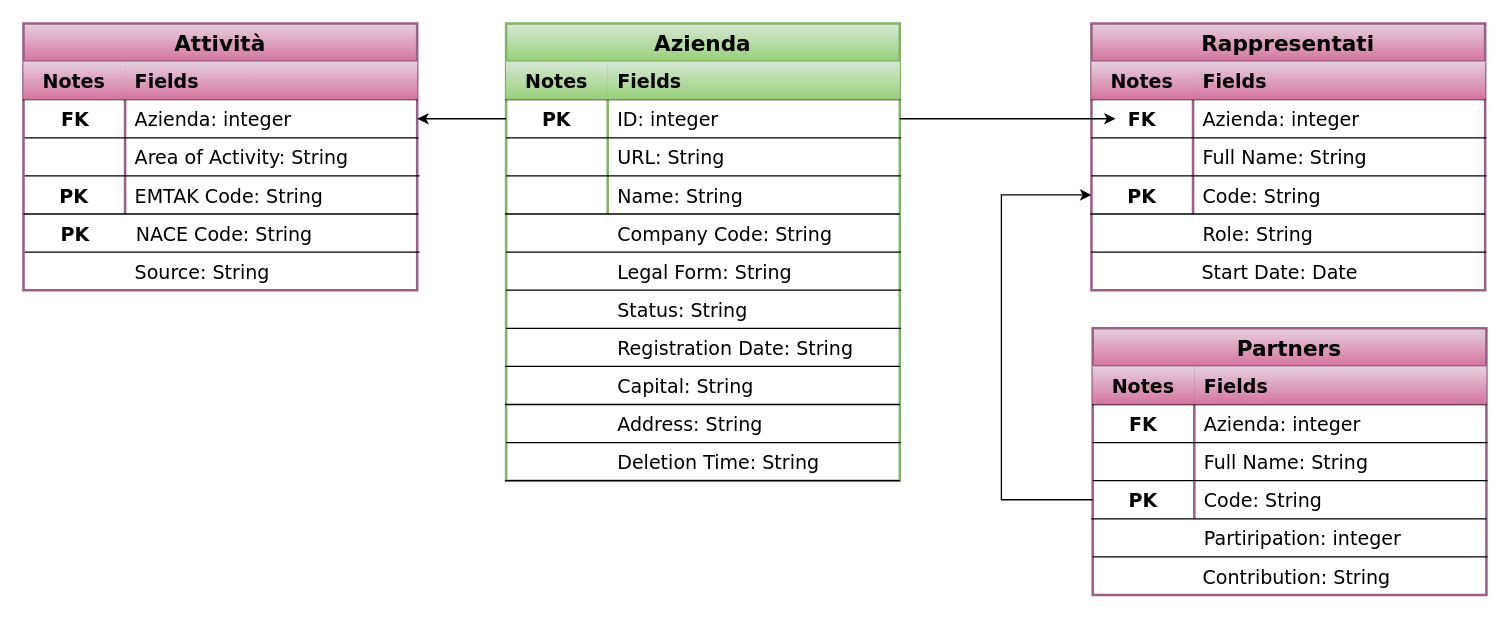
Before: Modelli di dati/e-business-schema.drawio in piebaroni/Web-Scraping-homework5, a draw.io diagram. Source tidied: cells renumbered, new cells numbered last; positions are measured from the earlier drawing's top-left corner, leaving out a move shared by most shapes. Both pictures are drawn from the tidied source at 127%, with x=0, y=0 at pixel (23, 23).
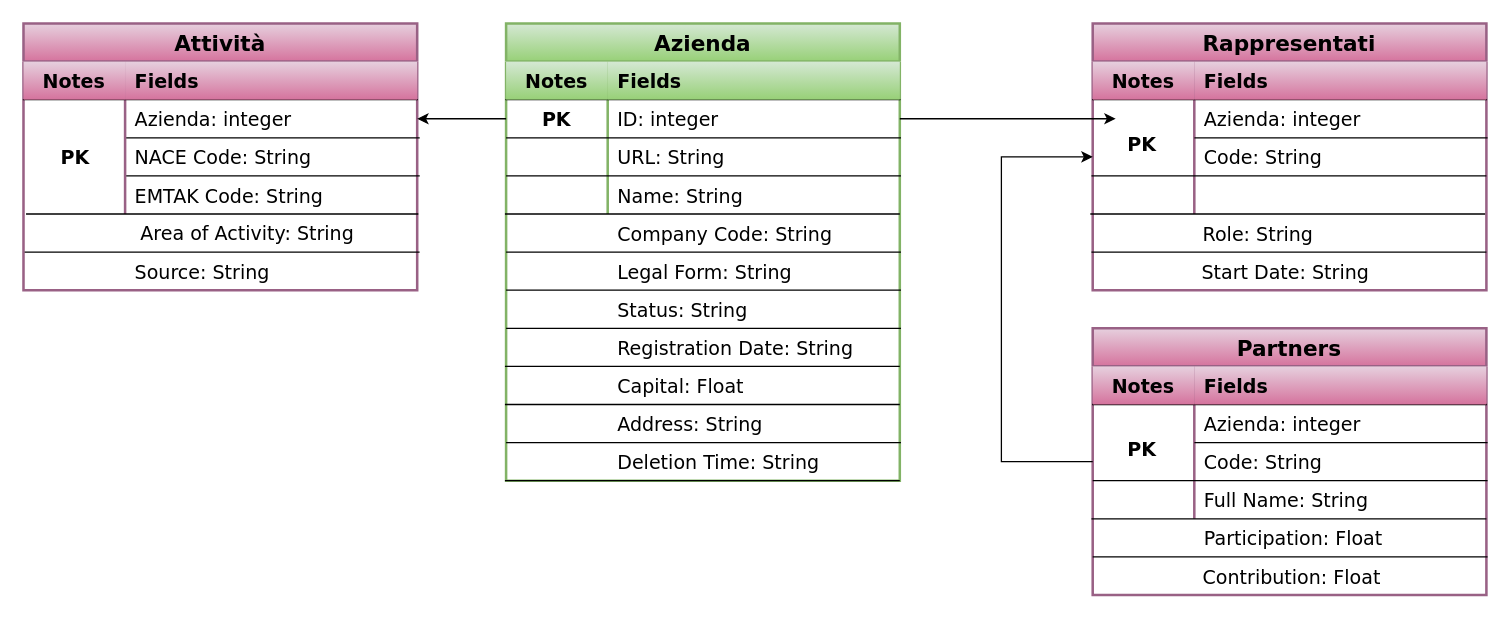
The same diagram, later.

The change refers to these unchanged cells:
```xml
<mxCell id="6" style="shape=partialRectangle;fillColor=none;top=0;left=0;bottom=0;right=0;points=[[0,0.5],[1,0.5]];portConstraint=eastwest;fontSize=15;fontFamily=Verdana;" parent="2" vertex="1">
  <mxGeometry y="60" width="310" height="30" as="geometry" />
</mxCell>
<mxCell id="47" style="shape=partialRectangle;fillColor=none;top=0;left=0;bottom=0;right=0;points=[[0,0.5],[1,0.5]];portConstraint=eastwest;fontSize=15;fontFamily=Verdana;" parent="43" vertex="1">
  <mxGeometry y="60" width="310" height="30" as="geometry" />
</mxCell>
<mxCell id="65" style="shape=partialRectangle;fillColor=none;top=0;left=0;bottom=0;right=0;fontSize=15;fontFamily=Verdana;" parent="1" vertex="1">
  <mxGeometry x="840" y="180" width="310" height="30" as="geometry" />
</mxCell>
<mxCell id="72" style="shape=partialRectangle;fillColor=none;top=0;left=0;bottom=0;right=0;points=[[0,0.5],[1,0.5]];portConstraint=eastwest;fontSize=15;fontFamily=Verdana;" parent="68" vertex="1">
  <mxGeometry y="60" width="310" height="30" as="geometry" />
</mxCell>
<mxCell id="75" style="shape=partialRectangle;fillColor=none;top=0;left=0;bottom=0;right=0;fontSize=15;fontFamily=Verdana;" parent="68" vertex="1">
  <mxGeometry y="90" width="310" height="30" as="geometry" />
</mxCell>
<mxCell id="78" style="shape=partialRectangle;fillColor=none;top=0;left=0;bottom=0;right=0;fontSize=15;fontFamily=Verdana;" parent="68" vertex="1">
  <mxGeometry y="120" width="310" height="30" as="geometry" />
</mxCell>
<mxCell id="81" style="shape=partialRectangle;fillColor=none;top=0;left=0;bottom=0;right=0;fontSize=15;fontFamily=Verdana;" parent="1" vertex="1">
  <mxGeometry x="0.9" y="150" width="310" height="30" as="geometry" />
</mxCell>
<mxCell id="93" value="Partners" style="shape=table;startSize=30;childLayout=tableLayout;rowLines=0;fontStyle=1;align=center;fontSize=17;strokeWidth=2;fillColor=#e6d0de;strokeColor=#996185;fontFamily=Verdana;gradientColor=#d5739d;" parent="1" vertex="1">
  <mxGeometry x="841.9" y="240" width="310" height="210" as="geometry" />
</mxCell>
<mxCell id="97" style="shape=partialRectangle;fillColor=none;top=0;left=0;bottom=0;right=0;points=[[0,0.5],[1,0.5]];portConstraint=eastwest;fontSize=15;fontFamily=Verdana;" parent="93" vertex="1">
  <mxGeometry y="60" width="310" height="30" as="geometry" />
</mxCell>
<mxCell id="106" style="shape=partialRectangle;fillColor=none;top=0;left=0;bottom=0;right=0;fontSize=15;fontFamily=Verdana;" parent="1" vertex="1">
  <mxGeometry x="841.9" y="390" width="310" height="30" as="geometry" />
</mxCell>
<mxCell id="114" style="shape=partialRectangle;fillColor=none;top=0;left=0;bottom=0;right=0;fontSize=15;fontFamily=Verdana;" parent="1" vertex="1">
  <mxGeometry x="840.9" y="420" width="310" height="30" as="geometry" />
</mxCell>
```

Diff of the diagram source:
```diff
@@
-    <mxCell id="30" value="Capital: String" style="shape=partialRectangle;fillColor=none;top=0;left=0;bottom=0;right=0;align=left;spacingLeft=6;overflow=hidden;fontSize=15;fontFamily=Verdana;" parent="1" vertex="1">
+    <mxCell id="30" value="Capital: Float" style="shape=partialRectangle;fillColor=none;top=0;left=0;bottom=0;right=0;align=left;spacingLeft=6;overflow=hidden;fontSize=15;fontFamily=Verdana;" parent="1" vertex="1">
       <mxGeometry x="460" y="270" width="230" height="30" as="geometry" />
     </mxCell>
@@
     <mxCell id="43" value="Rappresentati" style="shape=table;startSize=30;childLayout=tableLayout;rowLines=0;fontStyle=1;align=center;fontSize=17;strokeWidth=2;fillColor=#e6d0de;strokeColor=#996185;fontFamily=Verdana;gradientColor=#d5739d;" parent="1" vertex="1">
-      <mxGeometry x="840.9" width="310" height="210" as="geometry" />
+      <mxGeometry x="841.9" width="310" height="210" as="geometry" />
     </mxCell>
@@
+    <mxCell id="53" style="shape=partialRectangle;fillColor=none;top=0;left=0;bottom=0;right=0;points=[[0,0.5],[1,0.5]];portConstraint=eastwest;fontSize=15;fontFamily=Verdana;" parent="43" vertex="1">
+      <mxGeometry y="90" width="310" height="30" as="geometry" />
+    </mxCell>
+    <mxCell id="54" style="shape=partialRectangle;fillColor=none;top=0;left=0;bottom=0;right=0;overflow=hidden;fontSize=15;fontFamily=Verdana;fontStyle=1;" parent="53" vertex="1">
+      <mxGeometry width="80" height="30" as="geometry" />
+    </mxCell>
+    <mxCell id="55" value="Code: String" style="shape=partialRectangle;fillColor=none;top=0;left=0;bottom=0;right=0;align=left;spacingLeft=6;overflow=hidden;fontSize=15;fontFamily=Verdana;" parent="53" vertex="1">
+      <mxGeometry x="80" width="230" height="30" as="geometry" />
+    </mxCell>
     <mxCell id="50" style="shape=partialRectangle;fillColor=none;top=0;left=0;bottom=0;right=0;fontSize=15;fontFamily=Verdana;" parent="43" vertex="1">
-      <mxGeometry y="90" width="310" height="30" as="geometry" />
+      <mxGeometry y="120" width="310" height="30" as="geometry" />
     </mxCell>
@@
-    <mxCell id="52" value="Full Name: String" style="shape=partialRectangle;fillColor=none;top=0;left=0;bottom=0;right=0;align=left;spacingLeft=6;overflow=hidden;fontSize=15;perimeterSpacing=0;strokeColor=#000000;fontFamily=Verdana;" parent="50" vertex="1">
+    <mxCell id="52" style="shape=partialRectangle;fillColor=none;top=0;left=0;bottom=0;right=0;align=left;spacingLeft=6;overflow=hidden;fontSize=15;perimeterSpacing=0;strokeColor=#000000;fontFamily=Verdana;" parent="50" vertex="1">
       <mxGeometry x="80" width="230" height="30" as="geometry" />
     </mxCell>
-    <mxCell id="53" style="shape=partialRectangle;fillColor=none;top=0;left=0;bottom=0;right=0;points=[[0,0.5],[1,0.5]];portConstraint=eastwest;fontSize=15;fontFamily=Verdana;" parent="43" vertex="1">
-      <mxGeometry y="120" width="310" height="30" as="geometry" />
-    </mxCell>
-    <mxCell id="54" value="PK" style="shape=partialRectangle;fillColor=none;top=0;left=0;bottom=0;right=0;overflow=hidden;fontSize=15;fontFamily=Verdana;fontStyle=1;" parent="53" vertex="1">
-      <mxGeometry width="80" height="30" as="geometry" />
-    </mxCell>
-    <mxCell id="55" value="Code: String" style="shape=partialRectangle;fillColor=none;top=0;left=0;bottom=0;right=0;align=left;spacingLeft=6;overflow=hidden;fontSize=15;fontFamily=Verdana;" parent="53" vertex="1">
-      <mxGeometry x="80" width="230" height="30" as="geometry" />
-    </mxCell>
@@
-    <mxCell id="59" value="FK" style="text;html=1;strokeColor=none;fillColor=none;align=center;verticalAlign=middle;whiteSpace=wrap;rounded=0;fontSize=15;fontStyle=1;fontFamily=Verdana;" parent="1" vertex="1">
-      <mxGeometry x="840.9" y="60" width="80" height="30" as="geometry" />
-    </mxCell>
-    <mxCell id="60" style="endArrow=none;html=1;rounded=0;fontSize=15;entryX=1.003;entryY=1;entryDx=0;entryDy=0;entryPerimeter=0;exitX=0;exitY=1;exitDx=0;exitDy=0;strokeWidth=1;fontFamily=Verdana;" parent="1" edge="1" source="59" target="47">
-      <mxGeometry relative="1" as="geometry" />
+    <mxCell id="60" style="endArrow=none;html=1;rounded=0;fontSize=15;entryX=1.003;entryY=1;entryDx=0;entryDy=0;entryPerimeter=0;strokeWidth=1;fontFamily=Verdana;" parent="1" edge="1" target="47">
+      <mxGeometry relative="1" as="geometry">
+        <mxPoint x="922" y="90" as="sourcePoint" />
+      </mxGeometry>
     </mxCell>
@@
-    <mxCell id="63" style="endArrow=classic;html=1;rounded=0;entryX=0.238;entryY=0.5;entryDx=0;entryDy=0;entryPerimeter=0;" parent="1" edge="1" source="6" target="59">
-      <mxGeometry relative="1" as="geometry" />
+    <mxCell id="63" style="endArrow=classic;html=1;rounded=0;entryX=0.238;entryY=0.5;entryDx=0;entryDy=0;entryPerimeter=0;" parent="1" edge="1" source="6">
+      <mxGeometry relative="1" as="geometry">
+        <mxPoint x="860" y="75" as="targetPoint" />
+      </mxGeometry>
     </mxCell>
@@
-    <mxCell id="67" value="Start Date: Date" style="shape=partialRectangle;fillColor=none;top=0;left=0;bottom=0;right=0;align=left;spacingLeft=6;overflow=hidden;fontSize=15;fontFamily=Verdana;" parent="65" vertex="1">
+    <mxCell id="67" value="Start Date: String" style="shape=partialRectangle;fillColor=none;top=0;left=0;bottom=0;right=0;align=left;spacingLeft=6;overflow=hidden;fontSize=15;fontFamily=Verdana;" parent="65" vertex="1">
       <mxGeometry x="80" width="230" height="30" as="geometry" />
     </mxCell>
@@
-    <mxCell id="77" value="Area of Activity: String" style="shape=partialRectangle;fillColor=none;top=0;left=0;bottom=0;right=0;align=left;spacingLeft=6;overflow=hidden;fontSize=15;perimeterSpacing=0;strokeColor=#000000;fontFamily=Verdana;" parent="75" vertex="1">
+    <mxCell id="77" value="NACE Code: String" style="shape=partialRectangle;fillColor=none;top=0;left=0;bottom=0;right=0;align=left;spacingLeft=6;overflow=hidden;fontSize=15;perimeterSpacing=0;strokeColor=#000000;fontFamily=Verdana;" parent="75" vertex="1">
       <mxGeometry x="80" width="230" height="30" as="geometry" />
     </mxCell>
@@
-    <mxCell id="79" value="PK" style="shape=partialRectangle;fillColor=none;top=0;left=0;bottom=0;right=0;overflow=hidden;fontSize=15;fontFamily=Verdana;fontStyle=1;" parent="78" vertex="1">
+    <mxCell id="79" style="shape=partialRectangle;fillColor=none;top=0;left=0;bottom=0;right=0;overflow=hidden;fontSize=15;fontFamily=Verdana;fontStyle=1;" parent="78" vertex="1">
       <mxGeometry width="80" height="30" as="geometry" />
     </mxCell>
@@
-    <mxCell id="82" value="PK" style="shape=partialRectangle;fillColor=none;top=0;left=0;bottom=0;right=0;overflow=hidden;fontSize=15;fontFamily=Verdana;fontStyle=1;" parent="81" vertex="1">
+    <mxCell id="82" style="shape=partialRectangle;fillColor=none;top=0;left=0;bottom=0;right=0;overflow=hidden;fontSize=15;fontFamily=Verdana;fontStyle=1;" parent="81" vertex="1">
       <mxGeometry width="80" height="30" as="geometry" />
     </mxCell>
-    <mxCell id="83" value="NACE Code: String" style="shape=partialRectangle;fillColor=none;top=0;left=0;bottom=0;right=0;align=left;spacingLeft=6;overflow=hidden;fontSize=15;fontFamily=Verdana;" parent="81" vertex="1">
+    <mxCell id="83" style="shape=partialRectangle;fillColor=none;top=0;left=0;bottom=0;right=0;align=left;spacingLeft=6;overflow=hidden;fontSize=15;fontFamily=Verdana;" parent="81" vertex="1">
       <mxGeometry x="80" width="230" height="30" as="geometry" />
     </mxCell>
-    <mxCell id="84" value="FK" style="text;html=1;strokeColor=none;fillColor=none;align=center;verticalAlign=middle;whiteSpace=wrap;rounded=0;fontSize=15;fontStyle=1;fontFamily=Verdana;" parent="1" vertex="1">
-      <mxGeometry x="0.9" y="60" width="80" height="30" as="geometry" />
+    <mxCell id="84" value="PK" style="text;html=1;strokeColor=none;fillColor=none;align=center;verticalAlign=middle;whiteSpace=wrap;rounded=0;fontSize=15;fontStyle=1;fontFamily=Verdana;" parent="1" vertex="1">
+      <mxGeometry x="0.9" y="90" width="80" height="30" as="geometry" />
     </mxCell>
-    <mxCell id="85" style="endArrow=none;html=1;rounded=0;fontSize=15;entryX=1.003;entryY=1;entryDx=0;entryDy=0;entryPerimeter=0;exitX=0;exitY=1;exitDx=0;exitDy=0;strokeWidth=1;fontFamily=Verdana;" parent="1" edge="1" source="84" target="72">
-      <mxGeometry relative="1" as="geometry" />
-    </mxCell>
-    <mxCell id="86" style="endArrow=none;html=1;rounded=0;fontSize=15;entryX=1.003;entryY=1;entryDx=0;entryDy=0;entryPerimeter=0;exitX=0;exitY=1;exitDx=0;exitDy=0;strokeWidth=1;fontFamily=Verdana;" parent="1" edge="1">
-      <mxGeometry relative="1" as="geometry">
-        <mxPoint x="0.9" y="120" as="sourcePoint" />
-        <mxPoint x="311.9" y="120" as="targetPoint" />
-      </mxGeometry>
-    </mxCell>
-    <mxCell id="87" style="endArrow=none;html=1;rounded=0;fontSize=15;entryX=1.003;entryY=1;entryDx=0;entryDy=0;entryPerimeter=0;exitX=0;exitY=1;exitDx=0;exitDy=0;strokeWidth=1;fontFamily=Verdana;" parent="1" edge="1">
+    <mxCell id="87" style="endArrow=none;html=1;rounded=0;fontSize=15;entryX=1.003;entryY=1;entryDx=0;entryDy=0;entryPerimeter=0;strokeWidth=1;fontFamily=Verdana;" parent="1" edge="1">
       <mxGeometry relative="1" as="geometry">
-        <mxPoint y="150" as="sourcePoint" />
+        <mxPoint x="2" y="150" as="sourcePoint" />
         <mxPoint x="310.9" y="150" as="targetPoint" />
       </mxGeometry>
     </mxCell>
@@
+    <mxCell id="103" style="shape=partialRectangle;fillColor=none;top=0;left=0;bottom=0;right=0;points=[[0,0.5],[1,0.5]];portConstraint=eastwest;fontSize=15;fontFamily=Verdana;" parent="93" vertex="1">
+      <mxGeometry y="90" width="310" height="30" as="geometry" />
+    </mxCell>
+    <mxCell id="104" style="shape=partialRectangle;fillColor=none;top=0;left=0;bottom=0;right=0;overflow=hidden;fontSize=15;fontFamily=Verdana;fontStyle=1;" parent="103" vertex="1">
+      <mxGeometry width="80" height="30" as="geometry" />
+    </mxCell>
+    <mxCell id="105" value="Code: String" style="shape=partialRectangle;fillColor=none;top=0;left=0;bottom=0;right=0;align=left;spacingLeft=6;overflow=hidden;fontSize=15;fontFamily=Verdana;" parent="103" vertex="1">
+      <mxGeometry x="80" width="230" height="30" as="geometry" />
+    </mxCell>
     <mxCell id="100" style="shape=partialRectangle;fillColor=none;top=0;left=0;bottom=0;right=0;fontSize=15;fontFamily=Verdana;" parent="93" vertex="1">
-      <mxGeometry y="90" width="310" height="30" as="geometry" />
+      <mxGeometry y="120" width="310" height="30" as="geometry" />
     </mxCell>
@@
-    <mxCell id="102" value="Full Name: String" style="shape=partialRectangle;fillColor=none;top=0;left=0;bottom=0;right=0;align=left;spacingLeft=6;overflow=hidden;fontSize=15;perimeterSpacing=0;strokeColor=#000000;fontFamily=Verdana;" parent="100" vertex="1">
+    <mxCell id="102" style="shape=partialRectangle;fillColor=none;top=0;left=0;bottom=0;right=0;align=left;spacingLeft=6;overflow=hidden;fontSize=15;perimeterSpacing=0;strokeColor=#000000;fontFamily=Verdana;" parent="100" vertex="1">
       <mxGeometry x="80" width="230" height="30" as="geometry" />
     </mxCell>
-    <mxCell id="103" style="shape=partialRectangle;fillColor=none;top=0;left=0;bottom=0;right=0;points=[[0,0.5],[1,0.5]];portConstraint=eastwest;fontSize=15;fontFamily=Verdana;" parent="93" vertex="1">
-      <mxGeometry y="120" width="310" height="30" as="geometry" />
-    </mxCell>
-    <mxCell id="104" value="PK" style="shape=partialRectangle;fillColor=none;top=0;left=0;bottom=0;right=0;overflow=hidden;fontSize=15;fontFamily=Verdana;fontStyle=1;" parent="103" vertex="1">
-      <mxGeometry width="80" height="30" as="geometry" />
-    </mxCell>
-    <mxCell id="105" value="Code: String" style="shape=partialRectangle;fillColor=none;top=0;left=0;bottom=0;right=0;align=left;spacingLeft=6;overflow=hidden;fontSize=15;fontFamily=Verdana;" parent="103" vertex="1">
-      <mxGeometry x="80" width="230" height="30" as="geometry" />
-    </mxCell>
@@
-    <mxCell id="108" value="Partiripation: integer" style="shape=partialRectangle;fillColor=none;top=0;left=0;bottom=0;right=0;align=left;spacingLeft=6;overflow=hidden;fontSize=15;fontFamily=Verdana;" parent="106" vertex="1">
+    <mxCell id="108" value="Participation: Float" style="shape=partialRectangle;fillColor=none;top=0;left=0;bottom=0;right=0;align=left;spacingLeft=6;overflow=hidden;fontSize=15;fontFamily=Verdana;" parent="106" vertex="1">
       <mxGeometry x="80" width="230" height="30" as="geometry" />
     </mxCell>
-    <mxCell id="109" value="FK" style="text;html=1;strokeColor=none;fillColor=none;align=center;verticalAlign=middle;whiteSpace=wrap;rounded=0;fontSize=15;fontStyle=1;fontFamily=Verdana;" parent="1" vertex="1">
-      <mxGeometry x="841.9" y="300" width="80" height="30" as="geometry" />
-    </mxCell>
-    <mxCell id="110" style="endArrow=none;html=1;rounded=0;fontSize=15;entryX=1.003;entryY=1;entryDx=0;entryDy=0;entryPerimeter=0;exitX=0;exitY=1;exitDx=0;exitDy=0;strokeWidth=1;fontFamily=Verdana;" parent="1" edge="1" source="109" target="97">
-      <mxGeometry relative="1" as="geometry" />
+    <mxCell id="110" style="endArrow=none;html=1;rounded=0;fontSize=15;entryX=1.003;entryY=1;entryDx=0;entryDy=0;entryPerimeter=0;strokeWidth=1;fontFamily=Verdana;" parent="1" edge="1" target="97">
+      <mxGeometry relative="1" as="geometry">
+        <mxPoint x="922" y="330" as="sourcePoint" />
+      </mxGeometry>
     </mxCell>
@@
-    <mxCell id="116" value="Contribution: String" style="shape=partialRectangle;fillColor=none;top=0;left=0;bottom=0;right=0;align=left;spacingLeft=6;overflow=hidden;fontSize=15;fontFamily=Verdana;" parent="114" vertex="1">
+    <mxCell id="116" value="Contribution: Float" style="shape=partialRectangle;fillColor=none;top=0;left=0;bottom=0;right=0;align=left;spacingLeft=6;overflow=hidden;fontSize=15;fontFamily=Verdana;" parent="114" vertex="1">
       <mxGeometry x="80" width="230" height="30" as="geometry" />
     </mxCell>
     <mxCell id="117" style="endArrow=classic;html=1;rounded=0;exitX=0;exitY=0.5;exitDx=0;exitDy=0;entryX=0;entryY=0.5;entryDx=0;entryDy=0;" parent="1" edge="1" source="103" target="53">
       <mxGeometry relative="1" as="geometry">
         <Array as="points">
-          <mxPoint x="770" y="375" />
-          <mxPoint x="770" y="135" />
+          <mxPoint x="770" y="345" />
+          <mxPoint x="770" y="105" />
         </Array>
       </mxGeometry>
     </mxCell>
+    <mxCell id="118" value="&lt;span style=&quot;font-family: &amp;#34;verdana&amp;#34; ; font-size: 15px ; text-align: left&quot;&gt;Area of Activity: String&lt;/span&gt;" style="text;html=1;align=center;verticalAlign=middle;strokeColor=none;fillColor=none;" parent="1" vertex="1">
+      <mxGeometry x="80.9" y="155" width="190" height="20" as="geometry" />
+    </mxCell>
+    <mxCell id="119" style="endArrow=none;html=1;rounded=0;fontSize=15;strokeWidth=1;fontFamily=Verdana;" parent="1" edge="1">
+      <mxGeometry relative="1" as="geometry">
+        <mxPoint x="80.9" y="120" as="sourcePoint" />
+        <mxPoint x="312" y="120" as="targetPoint" />
+      </mxGeometry>
+    </mxCell>
+    <mxCell id="120" style="endArrow=none;html=1;rounded=0;fontSize=15;strokeWidth=1;fontFamily=Verdana;" parent="1" edge="1">
+      <mxGeometry relative="1" as="geometry">
+        <mxPoint x="80.9" y="90" as="sourcePoint" />
+        <mxPoint x="312" y="90" as="targetPoint" />
+      </mxGeometry>
+    </mxCell>
+    <mxCell id="121" value="&lt;b&gt;PK&lt;/b&gt;" style="text;html=1;strokeColor=none;fillColor=none;align=center;verticalAlign=middle;whiteSpace=wrap;rounded=0;fontFamily=Verdana;fontSize=15;" parent="1" vertex="1">
+      <mxGeometry x="850.9" y="320" width="60" height="30" as="geometry" />
+    </mxCell>
+    <mxCell id="122" value="Full Name: String" style="shape=partialRectangle;fillColor=none;top=0;left=0;bottom=0;right=0;align=left;spacingLeft=6;overflow=hidden;fontSize=15;perimeterSpacing=0;strokeColor=#000000;fontFamily=Verdana;" parent="1" vertex="1">
+      <mxGeometry x="921.9" y="360" width="230" height="30" as="geometry" />
+    </mxCell>
+    <mxCell id="123" value="&lt;b&gt;PK&lt;/b&gt;" style="text;html=1;strokeColor=none;fillColor=none;align=center;verticalAlign=middle;whiteSpace=wrap;rounded=0;fontFamily=Verdana;fontSize=15;" parent="1" vertex="1">
+      <mxGeometry x="850.9" y="80" width="60" height="30" as="geometry" />
+    </mxCell>
```
